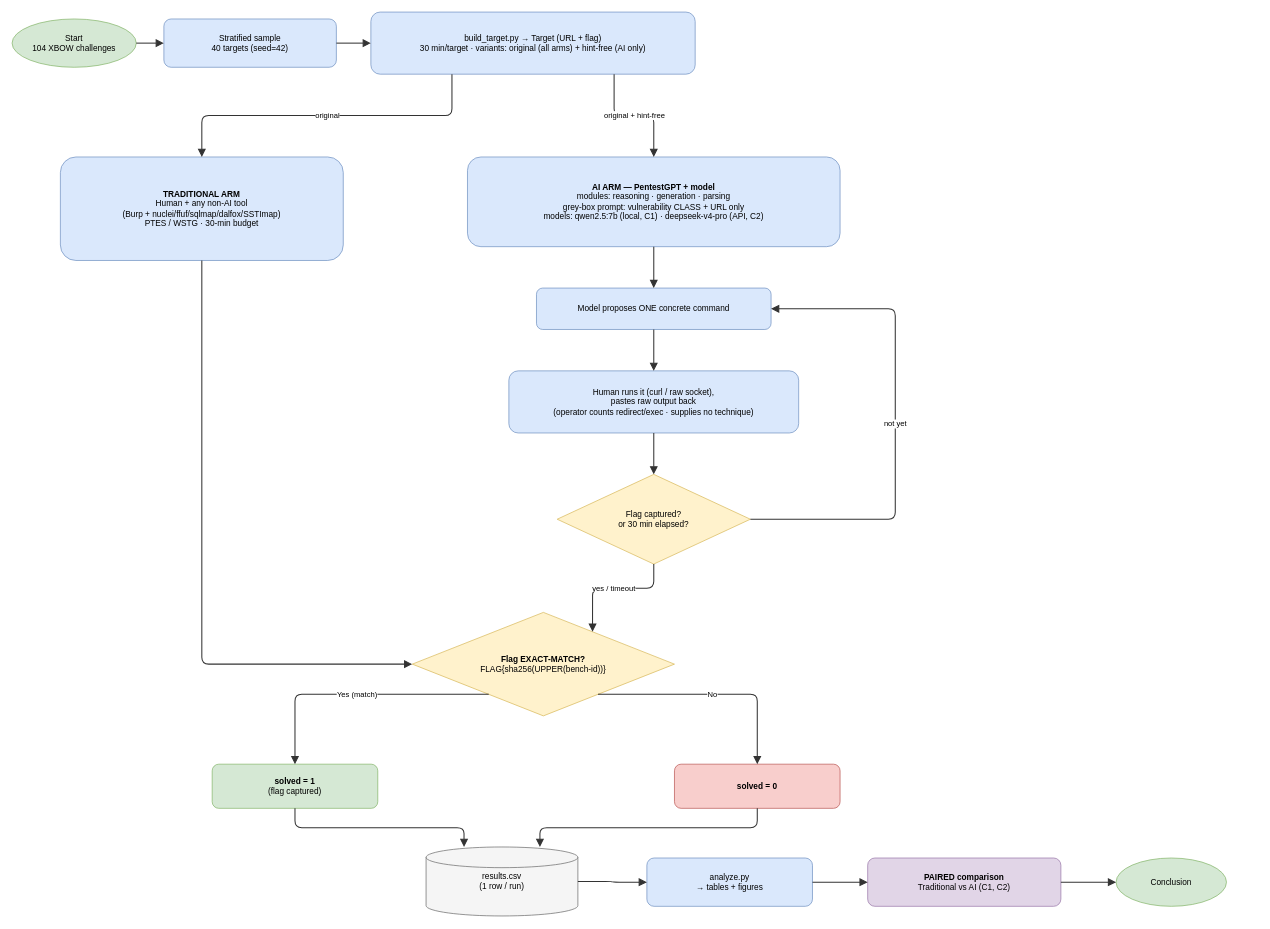
This is docs/workflow.drawio from VuNguyenBinh/KLTN-FA26, a draw.io file, before an edit. Source tidied: cells renumbered, new cells numbered last; positions are measured from the earlier drawing's top-left corner, leaving out a move shared by most shapes. Both pictures are drawn from the tidied source at 69%, with x=0, y=0 at pixel (12, 12).
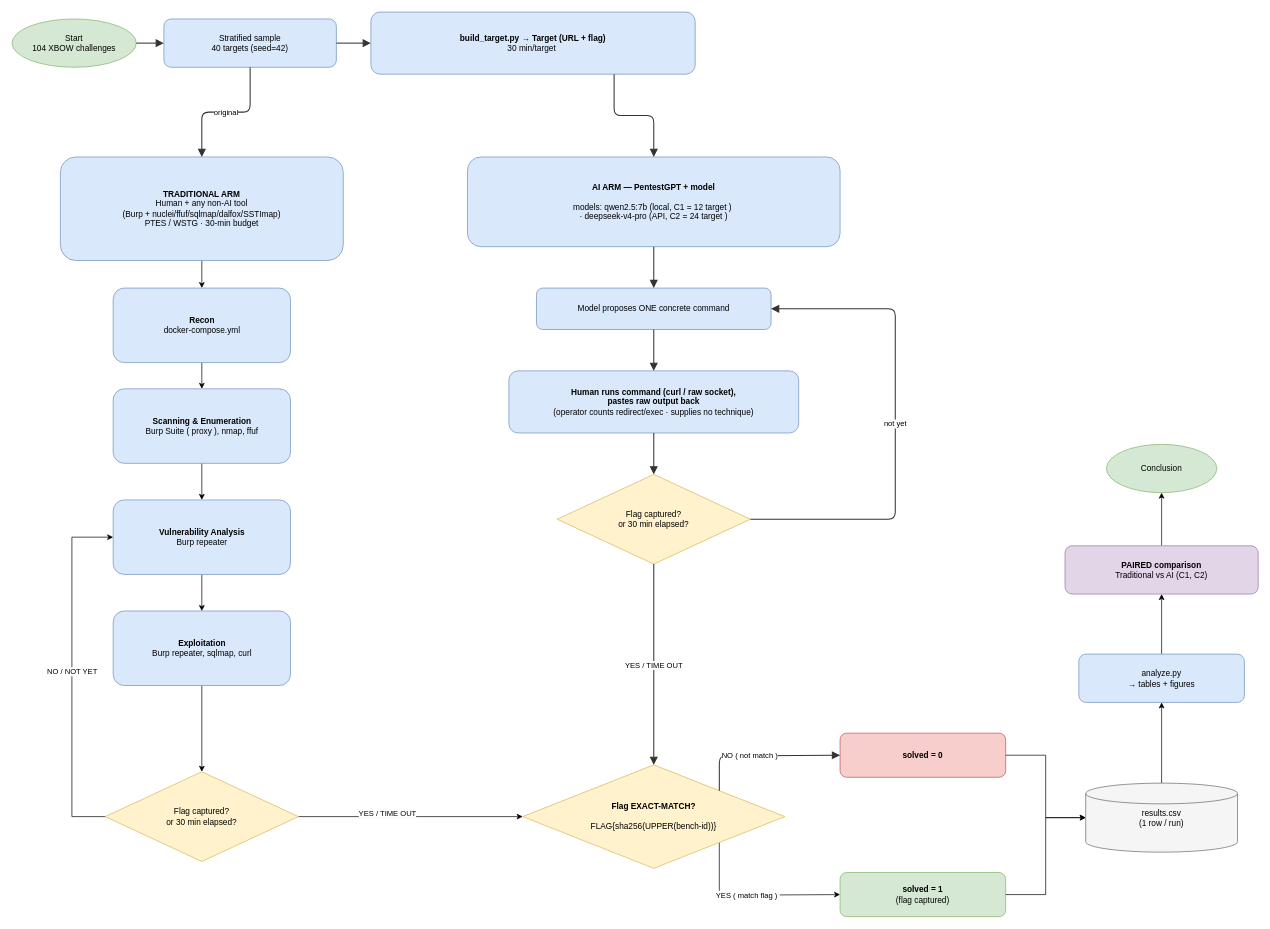
The same page after the edit.

Commit message (it also covers changes not shown here):
docs/slide/paper: cap nhat so do thiet ke ban final (C1=12/C2=24, exact-match dung chung, bo truong trung) vao workflow.drawio + slide 10 VN/EN + fig_design.png

Unchanged cells that the change refers to:
```xml
<mxCell id="3" value="Stratified sample&#10;40 targets (seed=42)" style="rounded=1;whiteSpace=wrap;html=1;fillColor=#dae8fc;strokeColor=#6c8ebf;" parent="1" vertex="1">
  <mxGeometry x="220" y="10" width="250" height="70" as="geometry" />
</mxCell>
<mxCell id="5" value="&lt;b&gt;TRADITIONAL ARM&lt;/b&gt;&#10;Human + any non-AI tool&#10;(Burp + nuclei/ffuf/sqlmap/dalfox/SSTImap)&#10;PTES / WSTG · 30-min budget" style="rounded=1;whiteSpace=wrap;html=1;fillColor=#dae8fc;strokeColor=#6c8ebf;" parent="1" vertex="1">
  <mxGeometry x="70" y="210" width="410" height="150" as="geometry" />
</mxCell>
<mxCell id="9" value="Flag captured?&#10;or 30 min elapsed?" style="rhombus;whiteSpace=wrap;html=1;fillColor=#fff2cc;strokeColor=#d6b656;" parent="1" vertex="1">
  <mxGeometry x="790" y="670" width="280" height="130" as="geometry" />
</mxCell>
```

Diff of the diagram source:
```diff
@@
-    <mxCell id="4" value="build_target.py → Target (URL + flag)&#10;30 min/target · variants: original (all arms) + hint-free (AI only)" style="rounded=1;whiteSpace=wrap;html=1;fillColor=#dae8fc;strokeColor=#6c8ebf;" parent="1" vertex="1">
+    <mxCell id="4" value="&lt;b&gt;build_target.py → Target (URL + flag)&lt;br&gt;&lt;/b&gt;30 min/target&amp;nbsp;" style="rounded=1;whiteSpace=wrap;html=1;fillColor=#dae8fc;strokeColor=#6c8ebf;" parent="1" vertex="1">
       <mxGeometry x="520" width="470" height="90" as="geometry" />
     </mxCell>
+    <mxCell id="34" style="edgeStyle=orthogonalEdgeStyle;rounded=0;jettySize=auto;html=1;exitX=0.5;exitY=1;exitDx=0;exitDy=0;entryX=0.5;entryY=0;entryDx=0;entryDy=0;defaultLabelBackgroundColor=page;" parent="1" edge="1" source="5" target="36">
+      <mxGeometry relative="1" as="geometry" />
+    </mxCell>
@@
-    <mxCell id="6" value="&lt;b&gt;AI ARM — PentestGPT + model&lt;/b&gt;&#10;modules: reasoning · generation · parsing&#10;grey-box prompt: vulnerability CLASS + URL only&#10;models: qwen2.5:7b (local, C1) · deepseek-v4-pro (API, C2)" style="rounded=1;whiteSpace=wrap;html=1;fillColor=#dae8fc;strokeColor=#6c8ebf;" parent="1" vertex="1">
+    <mxCell id="6" value="&lt;b&gt;AI ARM — PentestGPT + model&lt;/b&gt;&lt;br&gt;&lt;br&gt;models: qwen2.5:7b (local, C1 = 12 target )&amp;nbsp;&lt;div&gt;· deepseek-v4-pro (API, C2 = 24 target )&lt;/div&gt;" style="rounded=1;whiteSpace=wrap;html=1;fillColor=#dae8fc;strokeColor=#6c8ebf;" parent="1" vertex="1">
       <mxGeometry x="660" y="210" width="540" height="130" as="geometry" />
     </mxCell>
@@
-    <mxCell id="8" value="Human runs it (curl / raw socket),&#10;pastes raw output back&#10;(operator counts redirect/exec · supplies no technique)" style="rounded=1;whiteSpace=wrap;html=1;fillColor=#dae8fc;strokeColor=#6c8ebf;" parent="1" vertex="1">
+    <mxCell id="8" value="&lt;b&gt;Human runs command (curl / raw socket),&lt;br&gt;pastes raw output back&lt;/b&gt;&lt;br&gt;(operator counts redirect/exec · supplies no technique)" style="rounded=1;whiteSpace=wrap;html=1;fillColor=#dae8fc;strokeColor=#6c8ebf;" parent="1" vertex="1">
       <mxGeometry x="720" y="520" width="420" height="90" as="geometry" />
     </mxCell>
@@
+    <mxCell id="27" value="YES ( match flag )&amp;nbsp;" style="edgeStyle=orthogonalEdgeStyle;rounded=0;jettySize=auto;html=1;exitX=1;exitY=1;exitDx=0;exitDy=0;entryX=0;entryY=0.5;entryDx=0;entryDy=0;defaultLabelBackgroundColor=page;" parent="1" edge="1" source="10" target="11">
+      <mxGeometry x="-0.06" relative="1" as="geometry">
+        <Array as="points">
+          <mxPoint x="1025" y="1280" />
+        </Array>
+      </mxGeometry>
+    </mxCell>
-    <mxCell id="10" value="&lt;b&gt;Flag EXACT-MATCH?&lt;/b&gt;&#10;FLAG{sha256(UPPER(bench-id))}" style="rhombus;whiteSpace=wrap;html=1;fillColor=#fff2cc;strokeColor=#d6b656;" parent="1" vertex="1">
-      <mxGeometry x="580" y="870" width="380" height="150" as="geometry" />
+    <mxCell id="10" value="&lt;b&gt;Flag EXACT-MATCH?&lt;/b&gt;&lt;div&gt;&lt;b&gt;&lt;br&gt;&lt;/b&gt;FLAG{sha256(UPPER(bench-id))}&lt;/div&gt;" style="rhombus;whiteSpace=wrap;html=1;fillColor=#fff2cc;strokeColor=#d6b656;" parent="1" vertex="1">
+      <mxGeometry x="740" y="1091" width="380" height="150" as="geometry" />
     </mxCell>
     <mxCell id="11" value="&lt;b&gt;solved = 1&lt;/b&gt;&#10;(flag captured)" style="rounded=1;whiteSpace=wrap;html=1;fillColor=#d5e8d4;strokeColor=#82b366;" parent="1" vertex="1">
-      <mxGeometry x="290" y="1090" width="240" height="64" as="geometry" />
+      <mxGeometry x="1200" y="1247" width="240" height="64" as="geometry" />
     </mxCell>
     <mxCell id="12" value="&lt;b&gt;solved = 0&lt;/b&gt;" style="rounded=1;whiteSpace=wrap;html=1;fillColor=#f8cecc;strokeColor=#b85450;" parent="1" vertex="1">
-      <mxGeometry x="960" y="1090" width="240" height="64" as="geometry" />
+      <mxGeometry x="1200" y="1045" width="240" height="64" as="geometry" />
     </mxCell>
+    <mxCell id="31" style="edgeStyle=orthogonalEdgeStyle;rounded=0;jettySize=auto;html=1;exitX=0.5;exitY=0;exitDx=0;exitDy=0;exitPerimeter=0;entryX=0.5;entryY=1;entryDx=0;entryDy=0;defaultLabelBackgroundColor=page;" parent="1" edge="1" source="13" target="14">
+      <mxGeometry relative="1" as="geometry" />
+    </mxCell>
     <mxCell id="13" value="results.csv&#10;(1 row / run)" style="shape=cylinder3;whiteSpace=wrap;html=1;fillColor=#f5f5f5;strokeColor=#666666;" parent="1" vertex="1">
-      <mxGeometry x="600" y="1210" width="220" height="100" as="geometry" />
+      <mxGeometry x="1556" y="1117.5" width="220" height="100" as="geometry" />
     </mxCell>
+    <mxCell id="32" style="edgeStyle=orthogonalEdgeStyle;rounded=0;jettySize=auto;html=1;exitX=0.5;exitY=0;exitDx=0;exitDy=0;entryX=0.5;entryY=1;entryDx=0;entryDy=0;defaultLabelBackgroundColor=page;" parent="1" edge="1" source="14" target="15">
+      <mxGeometry relative="1" as="geometry" />
+    </mxCell>
     <mxCell id="14" value="analyze.py&#10;→ tables + figures" style="rounded=1;whiteSpace=wrap;html=1;fillColor=#dae8fc;strokeColor=#6c8ebf;" parent="1" vertex="1">
-      <mxGeometry x="920" y="1226" width="240" height="70" as="geometry" />
+      <mxGeometry x="1546" y="930.5" width="240" height="70" as="geometry" />
     </mxCell>
+    <mxCell id="33" style="edgeStyle=orthogonalEdgeStyle;rounded=0;jettySize=auto;html=1;exitX=0.5;exitY=0;exitDx=0;exitDy=0;entryX=0.5;entryY=1;entryDx=0;entryDy=0;defaultLabelBackgroundColor=page;" parent="1" edge="1" source="15" target="16">
+      <mxGeometry relative="1" as="geometry" />
+    </mxCell>
     <mxCell id="15" value="&lt;b&gt;PAIRED comparison&lt;/b&gt;&#10;Traditional vs AI (C1, C2)" style="rounded=1;whiteSpace=wrap;html=1;fillColor=#e1d5e7;strokeColor=#9673a6;" parent="1" vertex="1">
-      <mxGeometry x="1240" y="1226" width="280" height="70" as="geometry" />
+      <mxGeometry x="1526" y="773.5" width="280" height="70" as="geometry" />
     </mxCell>
     <mxCell id="16" value="Conclusion" style="ellipse;whiteSpace=wrap;html=1;fillColor=#d5e8d4;strokeColor=#82b366;" parent="1" vertex="1">
-      <mxGeometry x="1600" y="1226" width="160" height="70" as="geometry" />
+      <mxGeometry x="1586" y="626.5" width="160" height="70" as="geometry" />
     </mxCell>
@@
-    <mxCell id="19" value="original" style="edgeStyle=orthogonalEdgeStyle;rounded=1;html=1;endArrow=block;endSize=8;strokeColor=#333333;strokeWidth=1.5;fontColor=#000000;labelBackgroundColor=#ffffff;exitX=0.25;exitY=1;entryX=0.5;entryY=0;" parent="1" edge="1" source="4" target="5">
+    <mxCell id="19" value="original" style="edgeStyle=orthogonalEdgeStyle;rounded=1;html=1;endArrow=block;endSize=8;strokeColor=#333333;strokeWidth=1.5;fontColor=#000000;labelBackgroundColor=#ffffff;exitX=0.5;exitY=1;entryX=0.5;entryY=0;exitDx=0;exitDy=0;" parent="1" edge="1" source="3" target="5">
       <mxGeometry relative="1" as="geometry" />
     </mxCell>
-    <mxCell id="20" value="original + hint-free" style="edgeStyle=orthogonalEdgeStyle;rounded=1;html=1;endArrow=block;endSize=8;strokeColor=#333333;strokeWidth=1.5;fontColor=#000000;labelBackgroundColor=#ffffff;exitX=0.75;exitY=1;entryX=0.5;entryY=0;" parent="1" edge="1" source="4" target="6">
+    <mxCell id="20" style="edgeStyle=orthogonalEdgeStyle;rounded=1;html=1;endArrow=block;endSize=8;strokeColor=#333333;strokeWidth=1.5;fontColor=#000000;labelBackgroundColor=#ffffff;exitX=0.75;exitY=1;entryX=0.5;entryY=0;" parent="1" edge="1" source="4" target="6">
       <mxGeometry relative="1" as="geometry" />
     </mxCell>
@@
-    <mxCell id="25" value="yes / timeout" style="edgeStyle=orthogonalEdgeStyle;rounded=1;html=1;endArrow=block;endSize=8;strokeColor=#333333;strokeWidth=1.5;fontColor=#000000;labelBackgroundColor=#ffffff;exitX=0.5;exitY=1;entryX=0.8;entryY=0;" parent="1" edge="1" source="9" target="10">
-      <mxGeometry relative="1" as="geometry" />
+    <mxCell id="25" value="YES / TIME OUT" style="edgeStyle=orthogonalEdgeStyle;rounded=1;html=1;endArrow=block;endSize=8;strokeColor=#333333;strokeWidth=1.5;fontColor=#000000;labelBackgroundColor=#ffffff;exitX=0.5;exitY=1;entryX=0.5;entryY=0;entryDx=0;entryDy=0;" parent="1" edge="1" source="9" target="10">
+      <mxGeometry x="0.01" relative="1" as="geometry" />
     </mxCell>
-    <mxCell id="26" style="edgeStyle=orthogonalEdgeStyle;rounded=1;html=1;endArrow=block;endSize=8;strokeColor=#333333;strokeWidth=1.5;fontColor=#000000;labelBackgroundColor=#ffffff;exitX=0.5;exitY=1;entryX=0;entryY=0.5;" parent="1" edge="1" source="5" target="10">
-      <mxGeometry relative="1" as="geometry" />
-    </mxCell>
-    <mxCell id="27" value="Yes (match)" style="edgeStyle=orthogonalEdgeStyle;rounded=1;html=1;endArrow=block;endSize=8;strokeColor=#333333;strokeWidth=1.5;fontColor=#000000;labelBackgroundColor=#ffffff;exitX=0.25;exitY=0.85;entryX=0.5;entryY=0;" parent="1" edge="1" source="10" target="11">
-      <mxGeometry relative="1" as="geometry" />
-    </mxCell>
-    <mxCell id="28" value="No" style="edgeStyle=orthogonalEdgeStyle;rounded=1;html=1;endArrow=block;endSize=8;strokeColor=#333333;strokeWidth=1.5;fontColor=#000000;labelBackgroundColor=#ffffff;exitX=0.75;exitY=0.85;entryX=0.5;entryY=0;" parent="1" edge="1" source="10" target="12">
-      <mxGeometry relative="1" as="geometry">
+    <mxCell id="28" value="NO ( not match )" style="edgeStyle=orthogonalEdgeStyle;rounded=1;html=1;endArrow=block;endSize=8;strokeColor=#333333;strokeWidth=1.5;fontColor=#000000;labelBackgroundColor=#ffffff;exitX=1;exitY=0;entryX=0;entryY=0.5;exitDx=0;exitDy=0;entryDx=0;entryDy=0;" parent="1" edge="1" source="10" target="12">
+      <mxGeometry x="-0.16" relative="1" as="geometry">
         <Array as="points">
-          <mxPoint x="1080" y="988.8" />
+          <mxPoint x="1025" y="1078" />
         </Array>
       </mxGeometry>
     </mxCell>
+    <mxCell id="35" style="edgeStyle=orthogonalEdgeStyle;rounded=0;jettySize=auto;html=1;exitX=0.5;exitY=1;exitDx=0;exitDy=0;entryX=0.5;entryY=0;entryDx=0;entryDy=0;defaultLabelBackgroundColor=page;" parent="1" edge="1" source="36" target="38">
+      <mxGeometry relative="1" as="geometry" />
+    </mxCell>
+    <mxCell id="36" value="&lt;b&gt;Recon&lt;/b&gt;&lt;br&gt;docker-compose.yml" style="rounded=1;whiteSpace=wrap;html=1;fillColor=#dae8fc;strokeColor=#6c8ebf;" parent="1" vertex="1">
+      <mxGeometry x="146.5" y="400" width="257" height="108" as="geometry" />
+    </mxCell>
+    <mxCell id="37" style="edgeStyle=orthogonalEdgeStyle;rounded=0;jettySize=auto;html=1;exitX=0.5;exitY=1;exitDx=0;exitDy=0;entryX=0.5;entryY=0;entryDx=0;entryDy=0;defaultLabelBackgroundColor=page;" parent="1" edge="1" source="38" target="42">
+      <mxGeometry relative="1" as="geometry" />
+    </mxCell>
+    <mxCell id="38" value="&lt;b&gt;Scanning &amp;amp; Enumeration&lt;/b&gt;&lt;br&gt;Burp Suite ( proxy ), nmap, ffuf" style="rounded=1;whiteSpace=wrap;html=1;fillColor=#dae8fc;strokeColor=#6c8ebf;" parent="1" vertex="1">
+      <mxGeometry x="146.5" y="546" width="257" height="108" as="geometry" />
+    </mxCell>
+    <mxCell id="39" style="edgeStyle=orthogonalEdgeStyle;rounded=0;jettySize=auto;html=1;exitX=0.5;exitY=1;exitDx=0;exitDy=0;entryX=0.5;entryY=0;entryDx=0;entryDy=0;defaultLabelBackgroundColor=page;" parent="1" edge="1" source="40" target="47">
+      <mxGeometry relative="1" as="geometry" />
+    </mxCell>
+    <mxCell id="40" value="&lt;b&gt;Exploitation&lt;/b&gt;&lt;br&gt;Burp repeater, sqlmap, curl" style="rounded=1;whiteSpace=wrap;html=1;fillColor=#dae8fc;strokeColor=#6c8ebf;" parent="1" vertex="1">
+      <mxGeometry x="146.5" y="868" width="257" height="108" as="geometry" />
+    </mxCell>
+    <mxCell id="41" style="edgeStyle=orthogonalEdgeStyle;rounded=0;jettySize=auto;html=1;exitX=0.5;exitY=1;exitDx=0;exitDy=0;entryX=0.5;entryY=0;entryDx=0;entryDy=0;defaultLabelBackgroundColor=page;" parent="1" edge="1" source="42" target="40">
+      <mxGeometry relative="1" as="geometry" />
+    </mxCell>
+    <mxCell id="42" value="&lt;b&gt;Vulnerability Analysis&lt;/b&gt;&lt;br&gt;Burp repeater" style="rounded=1;whiteSpace=wrap;html=1;fillColor=#dae8fc;strokeColor=#6c8ebf;" parent="1" vertex="1">
+      <mxGeometry x="146.5" y="707" width="257" height="108" as="geometry" />
+    </mxCell>
+    <mxCell id="30" style="edgeStyle=orthogonalEdgeStyle;rounded=0;jettySize=auto;html=1;exitX=1;exitY=0.5;exitDx=0;exitDy=0;entryX=0;entryY=0.5;entryDx=0;entryDy=0;entryPerimeter=0;defaultLabelBackgroundColor=page;" parent="1" edge="1" source="12" target="13">
+      <mxGeometry relative="1" as="geometry" />
+    </mxCell>
-    <mxCell id="29" style="edgeStyle=orthogonalEdgeStyle;rounded=1;html=1;endArrow=block;endSize=8;strokeColor=#333333;strokeWidth=1.5;fontColor=#000000;labelBackgroundColor=#ffffff;exitX=0.5;exitY=1;entryX=0.25;entryY=0;" parent="1" edge="1" source="11" target="13">
+    <mxCell id="29" style="edgeStyle=orthogonalEdgeStyle;rounded=0;jettySize=auto;html=1;exitX=1;exitY=0.5;exitDx=0;exitDy=0;entryX=0;entryY=0.5;entryDx=0;entryDy=0;entryPerimeter=0;defaultLabelBackgroundColor=page;" parent="1" edge="1" source="11" target="13">
       <mxGeometry relative="1" as="geometry" />
     </mxCell>
-    <mxCell id="30" style="edgeStyle=orthogonalEdgeStyle;rounded=1;html=1;endArrow=block;endSize=8;strokeColor=#333333;strokeWidth=1.5;fontColor=#000000;labelBackgroundColor=#ffffff;exitX=0.5;exitY=1;entryX=0.75;entryY=0;" parent="1" edge="1" source="12" target="13">
-      <mxGeometry relative="1" as="geometry" />
-    </mxCell>
-    <mxCell id="31" style="edgeStyle=orthogonalEdgeStyle;rounded=1;html=1;endArrow=block;endSize=8;strokeColor=#333333;strokeWidth=1.5;fontColor=#000000;labelBackgroundColor=#ffffff;exitX=1;exitY=0.5;entryX=0;entryY=0.5;" parent="1" edge="1" source="13" target="14">
-      <mxGeometry relative="1" as="geometry" />
-    </mxCell>
-    <mxCell id="32" style="edgeStyle=orthogonalEdgeStyle;rounded=1;html=1;endArrow=block;endSize=8;strokeColor=#333333;strokeWidth=1.5;fontColor=#000000;labelBackgroundColor=#ffffff;exitX=1;exitY=0.5;entryX=0;entryY=0.5;" parent="1" edge="1" source="14" target="15">
-      <mxGeometry relative="1" as="geometry" />
-    </mxCell>
-    <mxCell id="33" style="edgeStyle=orthogonalEdgeStyle;rounded=1;html=1;endArrow=block;endSize=8;strokeColor=#333333;strokeWidth=1.5;fontColor=#000000;labelBackgroundColor=#ffffff;exitX=1;exitY=0.5;entryX=0;entryY=0.5;" parent="1" edge="1" source="15" target="16">
-      <mxGeometry relative="1" as="geometry" />
-    </mxCell>
+    <mxCell id="43" style="edgeStyle=orthogonalEdgeStyle;rounded=0;jettySize=auto;html=1;exitX=0;exitY=0.5;exitDx=0;exitDy=0;entryX=0;entryY=0.5;entryDx=0;entryDy=0;defaultLabelBackgroundColor=page;" parent="1" edge="1" source="47" target="42">
+      <mxGeometry x="0.35" relative="1" as="geometry">
+        <Array as="points">
+          <mxPoint x="86.7" y="1166" />
+          <mxPoint x="86.7" y="761" />
+        </Array>
+      </mxGeometry>
+    </mxCell>
+    <mxCell id="44" value="NO / NOT YET" style="edgeLabel;html=1;align=center;verticalAlign=middle;inheritText=1;defaultLabelBackgroundColor=page;" parent="43" vertex="1">
+      <mxGeometry x="0.01" relative="1" as="geometry" />
+    </mxCell>
+    <mxCell id="45" style="edgeStyle=orthogonalEdgeStyle;rounded=0;jettySize=auto;html=1;exitX=1;exitY=0.5;exitDx=0;exitDy=0;entryX=0;entryY=0.5;entryDx=0;entryDy=0;defaultLabelBackgroundColor=page;" parent="1" edge="1" source="47" target="10">
+      <mxGeometry relative="1" as="geometry" />
+    </mxCell>
+    <mxCell id="46" value="YES / TIME OUT" style="edgeLabel;html=1;align=center;verticalAlign=middle;inheritText=1;defaultLabelBackgroundColor=page;" parent="45" vertex="1">
+      <mxGeometry x="-0.21" y="6" relative="1" as="geometry" />
+    </mxCell>
+    <mxCell id="47" value="Flag captured?&#10;or 30 min elapsed?" style="rhombus;whiteSpace=wrap;html=1;fillColor=#fff2cc;strokeColor=#d6b656;" parent="1" vertex="1">
+      <mxGeometry x="135" y="1101" width="280" height="130" as="geometry" />
+    </mxCell>
```
